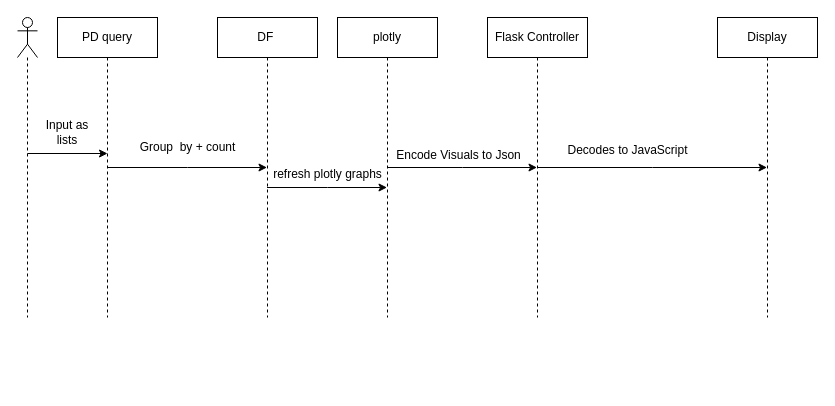
ksu-cs-projects-2022-2023/spring2023-rchevuru keeps this draw.io diagram as Sequence_Diagram.drawio. Above is the earlier version. Source tidied: cells renumbered, new cells numbered last; positions are measured from the earlier drawing's top-left corner, leaving out a move shared by most shapes. Both pictures are drawn from the tidied source at 100%, with x=0, y=0 at pixel (17, 17).
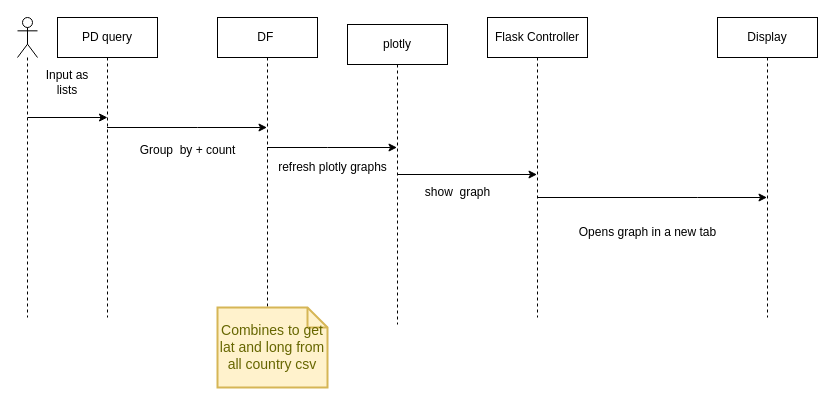
The same page after the edit.

The change refers to these unchanged cells:
```xml
<mxCell id="6" value="PD query" style="shape=umlLifeline;perimeter=lifelinePerimeter;whiteSpace=wrap;html=1;outlineConnect=0;portConstraint=eastwest;newEdgeStyle={&quot;edgeStyle&quot;:&quot;elbowEdgeStyle&quot;,&quot;elbow&quot;:&quot;vertical&quot;,&quot;curved&quot;:0,&quot;rounded&quot;:0};" parent="1" vertex="1">
  <mxGeometry x="40" width="100" height="300" as="geometry" />
</mxCell>
<mxCell id="8" value="DF&amp;nbsp;" style="shape=umlLifeline;perimeter=lifelinePerimeter;whiteSpace=wrap;html=1;outlineConnect=0;portConstraint=eastwest;newEdgeStyle={&quot;edgeStyle&quot;:&quot;elbowEdgeStyle&quot;,&quot;elbow&quot;:&quot;vertical&quot;,&quot;curved&quot;:0,&quot;rounded&quot;:0};" parent="1" vertex="1">
  <mxGeometry x="200" width="100" height="300" as="geometry" />
</mxCell>
<mxCell id="13" value="Flask Controller" style="shape=umlLifeline;perimeter=lifelinePerimeter;whiteSpace=wrap;html=1;outlineConnect=0;portConstraint=eastwest;newEdgeStyle={&quot;edgeStyle&quot;:&quot;elbowEdgeStyle&quot;,&quot;elbow&quot;:&quot;vertical&quot;,&quot;curved&quot;:0,&quot;rounded&quot;:0};" parent="1" vertex="1">
  <mxGeometry x="470" width="100" height="300" as="geometry" />
</mxCell>
<mxCell id="14" value="Display" style="shape=umlLifeline;perimeter=lifelinePerimeter;whiteSpace=wrap;html=1;outlineConnect=0;portConstraint=eastwest;newEdgeStyle={&quot;edgeStyle&quot;:&quot;elbowEdgeStyle&quot;,&quot;elbow&quot;:&quot;vertical&quot;,&quot;curved&quot;:0,&quot;rounded&quot;:0};" parent="1" vertex="1">
  <mxGeometry x="700" width="100" height="300" as="geometry" />
</mxCell>
```

Change to the diagram source:
```diff
@@
     <mxCell id="3" style="endArrow=classic;html=1;rounded=0;" parent="1" edge="1">
       <mxGeometry relative="1" as="geometry">
-        <mxPoint x="10" y="136" as="sourcePoint" />
-        <mxPoint x="90" y="136" as="targetPoint" />
+        <mxPoint x="10" y="100" as="sourcePoint" />
+        <mxPoint x="90" y="100" as="targetPoint" />
       </mxGeometry>
     </mxCell>
     <mxCell id="4" value="Input as lists" style="text;html=1;strokeColor=none;fillColor=none;align=center;verticalAlign=middle;whiteSpace=wrap;rounded=0;" parent="1" vertex="1">
-      <mxGeometry x="20" y="100" width="60" height="30" as="geometry" />
+      <mxGeometry x="20" y="50" width="60" height="30" as="geometry" />
     </mxCell>
     <mxCell id="5" style="edgeStyle=elbowEdgeStyle;rounded=0;jettySize=auto;html=1;elbow=vertical;curved=0;" parent="1" edge="1" source="6" target="8">
-      <mxGeometry relative="1" as="geometry" />
+      <mxGeometry relative="1" as="geometry">
+        <Array as="points">
+          <mxPoint x="180" y="110" />
+        </Array>
+      </mxGeometry>
     </mxCell>
@@
     <mxCell id="7" style="edgeStyle=elbowEdgeStyle;rounded=0;jettySize=auto;html=1;elbow=vertical;curved=0;" parent="1" edge="1" source="8" target="11">
       <mxGeometry relative="1" as="geometry">
         <Array as="points">
+          <mxPoint x="310" y="130" />
           <mxPoint x="310" y="170" />
         </Array>
       </mxGeometry>
     </mxCell>
@@
     <mxCell id="9" value="Group&amp;nbsp; by + count" style="text;html=1;align=center;verticalAlign=middle;strokeColor=none;fillColor=none;" parent="1" vertex="1">
-      <mxGeometry x="110" y="115" width="120" height="30" as="geometry" />
+      <mxGeometry x="110" y="118" width="120" height="30" as="geometry" />
     </mxCell>
     <mxCell id="10" style="edgeStyle=elbowEdgeStyle;rounded=0;jettySize=auto;html=1;elbow=vertical;curved=0;" parent="1" edge="1" source="11" target="13">
-      <mxGeometry relative="1" as="geometry" />
+      <mxGeometry relative="1" as="geometry">
+        <Array as="points">
+          <mxPoint x="430" y="140" />
+          <mxPoint x="480" y="110" />
+        </Array>
+      </mxGeometry>
     </mxCell>
     <mxCell id="11" value="plotly" style="shape=umlLifeline;perimeter=lifelinePerimeter;whiteSpace=wrap;html=1;outlineConnect=0;portConstraint=eastwest;newEdgeStyle={&quot;edgeStyle&quot;:&quot;elbowEdgeStyle&quot;,&quot;elbow&quot;:&quot;vertical&quot;,&quot;curved&quot;:0,&quot;rounded&quot;:0};" parent="1" vertex="1">
-      <mxGeometry x="320" width="100" height="300" as="geometry" />
+      <mxGeometry x="330" y="7" width="100" height="300" as="geometry" />
     </mxCell>
     <mxCell id="12" style="edgeStyle=elbowEdgeStyle;rounded=0;jettySize=auto;html=1;elbow=vertical;curved=0;" parent="1" edge="1" source="13" target="14">
-      <mxGeometry relative="1" as="geometry" />
+      <mxGeometry relative="1" as="geometry">
+        <Array as="points">
+          <mxPoint x="680" y="180" />
+        </Array>
+      </mxGeometry>
     </mxCell>
@@
     <mxCell id="15" value="refresh plotly graphs" style="text;html=1;align=center;verticalAlign=middle;strokeColor=none;fillColor=none;" parent="1" vertex="1">
-      <mxGeometry x="245" y="142" width="130" height="30" as="geometry" />
+      <mxGeometry x="250" y="135" width="130" height="30" as="geometry" />
     </mxCell>
-    <mxCell id="16" value="Encode Visuals to Json" style="text;html=1;align=center;verticalAlign=middle;strokeColor=none;fillColor=none;" parent="1" vertex="1">
-      <mxGeometry x="366" y="123" width="150" height="30" as="geometry" />
+    <mxCell id="16" value="show&amp;nbsp; graph" style="text;html=1;align=center;verticalAlign=middle;strokeColor=none;fillColor=none;" parent="1" vertex="1">
+      <mxGeometry x="395" y="160" width="90" height="30" as="geometry" />
     </mxCell>
-    <mxCell id="17" value="Decodes to JavaScript" style="text;html=1;align=center;verticalAlign=middle;strokeColor=none;fillColor=none;" parent="1" vertex="1">
-      <mxGeometry x="540" y="118" width="140" height="30" as="geometry" />
+    <mxCell id="17" value="Opens graph in a new tab" style="text;html=1;align=center;verticalAlign=middle;strokeColor=none;fillColor=none;" parent="1" vertex="1">
+      <mxGeometry x="550" y="200" width="160" height="30" as="geometry" />
     </mxCell>
+    <mxCell id="18" value="Combines to get lat and long from all country csv" style="shape=note;strokeWidth=2;fontSize=14;size=20;whiteSpace=wrap;html=1;fillColor=#fff2cc;strokeColor=#d6b656;fontColor=#666600;" parent="1" vertex="1">
+      <mxGeometry x="200" y="290" width="110" height="80" as="geometry" />
+    </mxCell>
```
